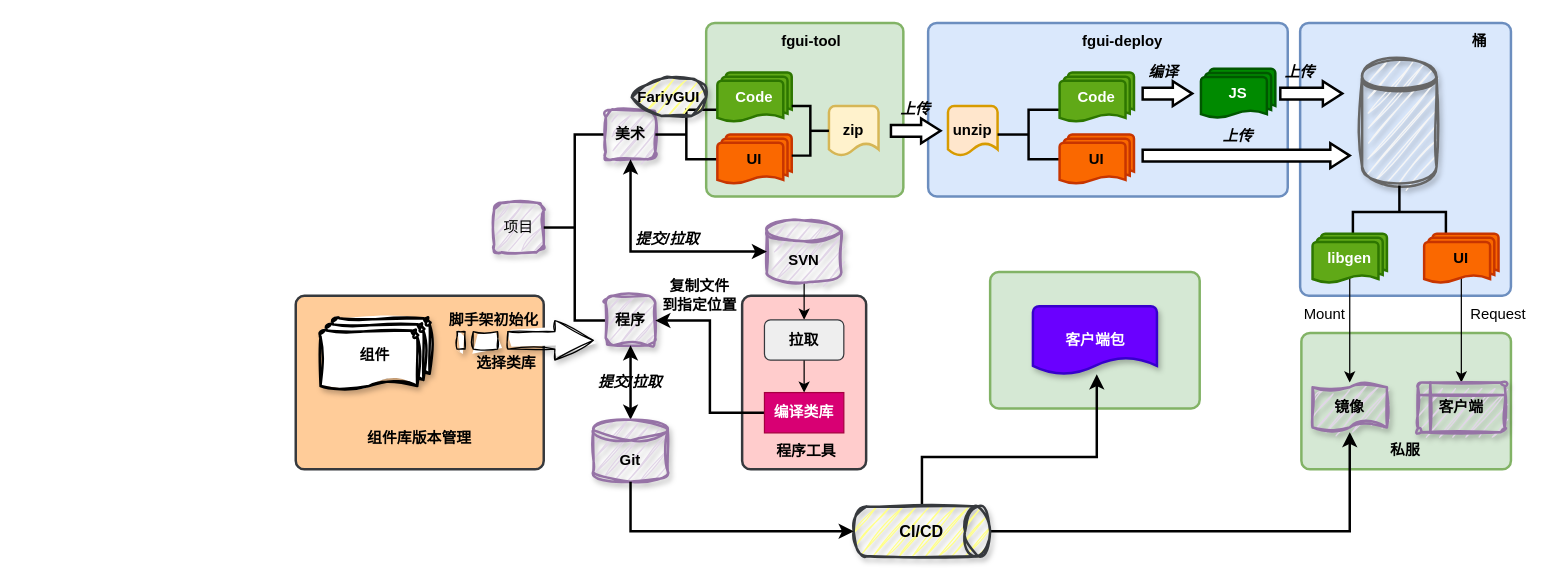
Earlier version of the draw.io diagram 未命名绘图.drawio (rgbwoo/draw-io). Source tidied: cells renumbered, new cells numbered last; positions are measured from the earlier drawing's top-left corner, leaving out a move shared by most shapes. Both pictures are drawn from the tidied source at 124%, with x=0, y=0 at pixel (295, 22).
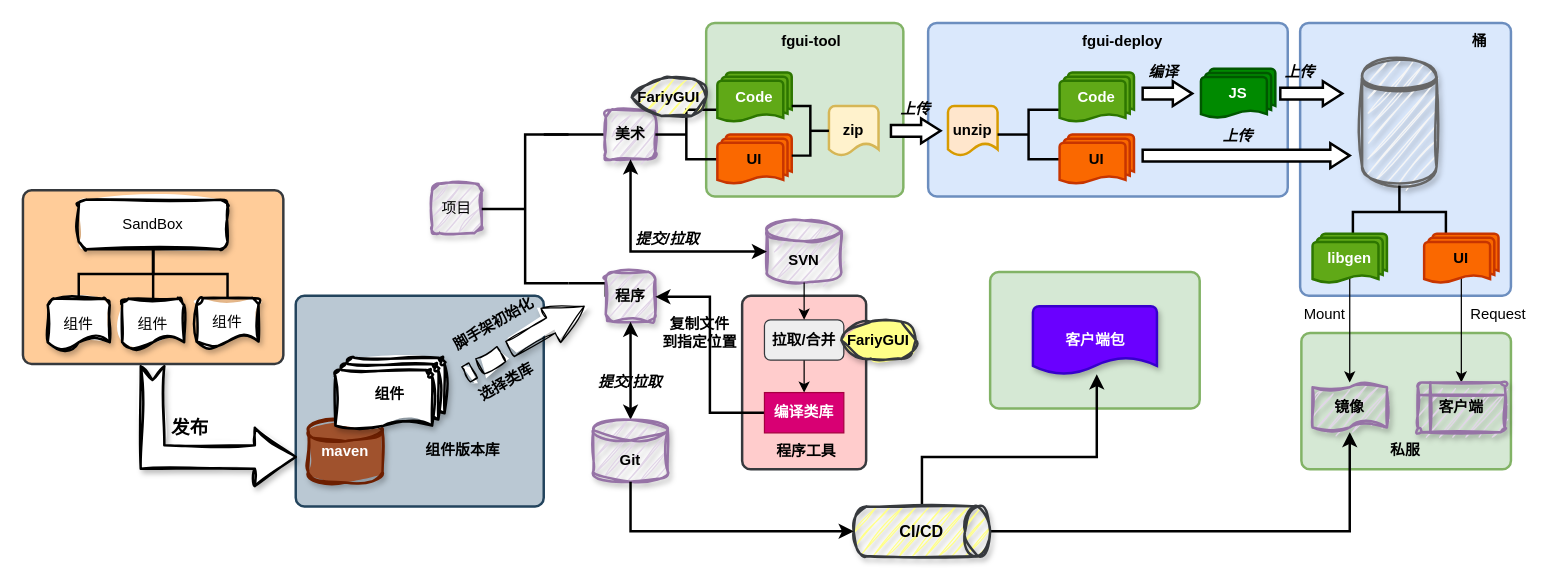
After the change.

Commit message:
增加sandbox组件发布

Unchanged cells that the change refers to:
```xml
<mxCell id="9" value="美术" style="rounded=1;whiteSpace=wrap;html=1;strokeWidth=2;fontStyle=1;sketch=1;curveFitting=1;jiggle=2;shadow=1;fillColor=#e1d5e7;strokeColor=#9673a6;" parent="1" vertex="1">
  <mxGeometry x="250" y="70" width="40" height="40" as="geometry" />
</mxCell>
<mxCell id="36" value="&lt;div&gt;&lt;br&gt;&lt;/div&gt;SVN" style="strokeWidth=2;html=1;shape=mxgraph.flowchart.database;whiteSpace=wrap;fontStyle=1;sketch=1;curveFitting=1;jiggle=2;shadow=1;fillColor=#e1d5e7;strokeColor=#9673a6;" parent="1" vertex="1">
  <mxGeometry x="380" y="159.4" width="60" height="50" as="geometry" />
</mxCell>
```

What changed in the source:
```diff
@@
     <mxCell id="7" value="项目" style="rounded=1;whiteSpace=wrap;html=1;strokeWidth=2;sketch=1;curveFitting=1;jiggle=2;shadow=1;glass=0;fillColor=#e1d5e7;strokeColor=#9673a6;" parent="1" vertex="1">
-      <mxGeometry x="160" y="145" width="40" height="40" as="geometry" />
+      <mxGeometry x="110" y="129.5" width="40" height="40" as="geometry" />
     </mxCell>
+    <mxCell id="69" style="edgeStyle=orthogonalEdgeStyle;rounded=0;jettySize=auto;html=1;exitX=1;exitY=0;exitDx=0;exitDy=0;exitPerimeter=0;entryX=0;entryY=0.5;entryDx=0;entryDy=0;strokeWidth=2;endArrow=none;endFill=0;" parent="1" edge="1" source="8" target="9">
+      <mxGeometry relative="1" as="geometry">
+        <Array as="points">
+          <mxPoint x="200" y="90" />
+          <mxPoint x="200" y="90" />
+        </Array>
+      </mxGeometry>
+    </mxCell>
+    <mxCell id="70" style="edgeStyle=orthogonalEdgeStyle;rounded=0;jettySize=auto;html=1;exitX=1;exitY=1;exitDx=0;exitDy=0;exitPerimeter=0;entryX=0;entryY=0.5;entryDx=0;entryDy=0;strokeWidth=2;endArrow=none;endFill=0;" parent="1" edge="1" source="8" target="10">
+      <mxGeometry relative="1" as="geometry">
+        <Array as="points">
+          <mxPoint x="250" y="210" />
+        </Array>
+      </mxGeometry>
+    </mxCell>
     <mxCell id="8" style="strokeWidth=2;html=1;shape=mxgraph.flowchart.annotation_2;align=left;labelPosition=right;" parent="1" vertex="1">
-      <mxGeometry x="200" y="90" width="50" height="150" as="geometry" />
+      <mxGeometry x="150" y="90" width="70" height="120" as="geometry" />
     </mxCell>
@@
     <mxCell id="10" value="程序" style="rounded=1;whiteSpace=wrap;html=1;strokeWidth=2;fontStyle=1;glass=0;sketch=1;curveFitting=1;jiggle=2;shadow=1;fillColor=#e1d5e7;strokeColor=#9673a6;" parent="1" vertex="1">
-      <mxGeometry x="250" y="220" width="40" height="40" as="geometry" />
+      <mxGeometry x="250" y="200.9" width="40" height="40" as="geometry" />
     </mxCell>
@@
-    <mxCell id="35" style="edgeStyle=orthogonalEdgeStyle;rounded=0;jettySize=auto;html=1;exitX=0.5;exitY=1;exitDx=0;exitDy=0;exitPerimeter=0;" parent="1" edge="1" source="36" target="48">
-      <mxGeometry relative="1" as="geometry" />
-    </mxCell>
@@
-    <mxCell id="48" value="拉取" style="rounded=1;whiteSpace=wrap;html=1;fontStyle=1;fillColor=#eeeeee;strokeColor=#36393d;" parent="1" vertex="1">
+    <mxCell id="48" value="拉取/合并" style="rounded=1;whiteSpace=wrap;html=1;fontStyle=1;fillColor=#eeeeee;strokeColor=#36393d;" parent="1" vertex="1">
       <mxGeometry x="378" y="239.4" width="64" height="32.5" as="geometry" />
     </mxCell>
@@
-    <mxCell id="51" style="rounded=1;whiteSpace=wrap;html=1;absoluteArcSize=1;arcSize=14;strokeWidth=2;labelBackgroundColor=none;fillColor=#ffcc99;strokeColor=#36393d;" parent="1" vertex="1">
-      <mxGeometry y="220" width="200" height="140" as="geometry" />
+    <mxCell id="51" style="rounded=1;whiteSpace=wrap;html=1;absoluteArcSize=1;arcSize=14;strokeWidth=2;labelBackgroundColor=none;fillColor=#bac8d3;strokeColor=#23445d;" parent="1" vertex="1">
+      <mxGeometry y="220" width="200" height="170" as="geometry" />
     </mxCell>
@@
-    <mxCell id="57" value="组件" style="strokeWidth=2;html=1;shape=mxgraph.flowchart.multi-document;whiteSpace=wrap;sketch=1;curveFitting=1;jiggle=2;shadow=1;fontStyle=1;" parent="1" vertex="1">
-      <mxGeometry x="20" y="238.1" width="88" height="60" as="geometry" />
-    </mxCell>
-    <mxCell id="58" value="组件库版本管理" style="text;strokeColor=none;align=center;fillColor=none;html=1;verticalAlign=middle;whiteSpace=wrap;rounded=0;fontStyle=1;" parent="1" vertex="1">
-      <mxGeometry x="55" y="320" width="90" height="30" as="geometry" />
+    <mxCell id="58" value="组件版本库" style="text;strokeColor=none;align=center;fillColor=none;html=1;verticalAlign=middle;whiteSpace=wrap;rounded=0;fontStyle=1;" parent="1" vertex="1">
+      <mxGeometry x="90" y="330" width="90" height="30" as="geometry" />
     </mxCell>
-    <mxCell id="59" style="html=1;shadow=1;dashed=0;align=center;verticalAlign=middle;shape=mxgraph.arrows2.stripedArrow;dy=0.56;dx=31;notch=41;sketch=1;curveFitting=1;jiggle=2;" parent="1" vertex="1">
+    <mxCell id="59" style="html=1;shadow=1;dashed=0;align=center;verticalAlign=middle;shape=mxgraph.arrows2.stripedArrow;dy=0.56;dx=31;notch=41;sketch=1;curveFitting=1;jiggle=2;rotation=-30;" parent="1" vertex="1">
       <mxGeometry x="130" y="240" width="110" height="31.9" as="geometry" />
     </mxCell>
-    <mxCell id="60" value="脚手架初始化" style="text;strokeColor=none;align=center;fillColor=none;html=1;verticalAlign=middle;whiteSpace=wrap;rounded=0;fontStyle=1;" parent="1" vertex="1">
-      <mxGeometry x="120" y="225" width="80" height="30" as="geometry" />
+    <mxCell id="60" value="脚手架初始化" style="text;strokeColor=none;align=center;fillColor=none;html=1;verticalAlign=middle;whiteSpace=wrap;rounded=0;fontStyle=1;rotation=-30;" parent="1" vertex="1">
+      <mxGeometry x="120" y="228.4" width="80" height="30" as="geometry" />
     </mxCell>
-    <mxCell id="61" value="选择类库" style="text;strokeColor=none;align=center;fillColor=none;html=1;verticalAlign=middle;whiteSpace=wrap;rounded=0;fontStyle=1;" parent="1" vertex="1">
-      <mxGeometry x="140" y="260" width="60" height="30" as="geometry" />
+    <mxCell id="61" value="选择类库" style="text;strokeColor=none;align=center;fillColor=none;html=1;verticalAlign=middle;whiteSpace=wrap;rounded=0;fontStyle=1;rotation=-30;" parent="1" vertex="1">
+      <mxGeometry x="140" y="275" width="60" height="30" as="geometry" />
     </mxCell>
@@
     <mxCell id="65" value="复制文件&lt;div&gt;到指定位置&lt;/div&gt;" style="text;strokeColor=none;align=center;fillColor=none;html=1;verticalAlign=middle;whiteSpace=wrap;rounded=0;fontStyle=1;" parent="1" vertex="1">
-      <mxGeometry x="291" y="205.1" width="70" height="30" as="geometry" />
+      <mxGeometry x="291" y="235.1" width="70" height="30" as="geometry" />
     </mxCell>
@@
+    <mxCell id="71" style="rounded=1;whiteSpace=wrap;html=1;absoluteArcSize=1;arcSize=14;strokeWidth=2;labelBackgroundColor=none;fillColor=#ffcc99;strokeColor=#36393d;" parent="1" vertex="1">
+      <mxGeometry x="-220" y="135" width="210" height="140" as="geometry" />
+    </mxCell>
+    <mxCell id="72" value="maven&lt;div&gt;&lt;/div&gt;&lt;div&gt;&lt;/div&gt;" style="strokeWidth=2;html=1;shape=mxgraph.flowchart.database;whiteSpace=wrap;fontStyle=1;horizontal=1;shadow=1;fillColor=#a0522d;strokeColor=#6D1F00;fontColor=#ffffff;sketch=1;curveFitting=1;jiggle=2;fillStyle=solid;" parent="1" vertex="1">
+      <mxGeometry x="10" y="320.6" width="60" height="50" as="geometry" />
+    </mxCell>
+    <mxCell id="57" value="组件" style="strokeWidth=2;html=1;shape=mxgraph.flowchart.multi-document;whiteSpace=wrap;sketch=1;curveFitting=1;jiggle=2;shadow=1;fontStyle=1;" parent="1" vertex="1">
+      <mxGeometry x="32" y="270" width="88" height="60" as="geometry" />
+    </mxCell>
+    <mxCell id="35" style="edgeStyle=orthogonalEdgeStyle;rounded=0;jettySize=auto;html=1;exitX=0.5;exitY=1;exitDx=0;exitDy=0;exitPerimeter=0;entryX=0.5;entryY=0;entryDx=0;entryDy=0;" parent="1" edge="1" source="36" target="48">
+      <mxGeometry relative="1" as="geometry" />
+    </mxCell>
+    <mxCell id="73" value="FariyGUI" style="strokeWidth=2;html=1;shape=mxgraph.flowchart.display;whiteSpace=wrap;sketch=1;curveFitting=1;jiggle=2;shadow=1;fillColor=#ffff88;strokeColor=#36393d;fontStyle=1;fillStyle=solid;" parent="1" vertex="1">
+      <mxGeometry x="440" y="240.9" width="60" height="30" as="geometry" />
+    </mxCell>
+    <mxCell id="74" value="组件" style="strokeWidth=2;html=1;shape=mxgraph.flowchart.document2;whiteSpace=wrap;size=0.25;sketch=1;curveFitting=1;jiggle=2;shadow=1;" parent="1" vertex="1">
+      <mxGeometry x="-200" y="222.5" width="50" height="40" as="geometry" />
+    </mxCell>
+    <mxCell id="75" value="组件" style="strokeWidth=2;html=1;shape=mxgraph.flowchart.document2;whiteSpace=wrap;size=0.25;sketch=1;curveFitting=1;jiggle=2;shadow=1;" parent="1" vertex="1">
+      <mxGeometry x="-140" y="222.5" width="50" height="40" as="geometry" />
+    </mxCell>
+    <mxCell id="76" value="组件" style="strokeWidth=2;html=1;shape=mxgraph.flowchart.document2;whiteSpace=wrap;size=0.25;sketch=1;curveFitting=1;jiggle=2;shadow=1;" parent="1" vertex="1">
+      <mxGeometry x="-80" y="221.9" width="50" height="40" as="geometry" />
+    </mxCell>
+    <mxCell id="77" value="SandBox" style="rounded=1;whiteSpace=wrap;html=1;strokeWidth=2;shadow=1;sketch=1;curveFitting=1;jiggle=2;glass=0;" parent="1" vertex="1">
+      <mxGeometry x="-175" y="142.5" width="120" height="40" as="geometry" />
+    </mxCell>
+    <mxCell id="78" style="edgeStyle=orthogonalEdgeStyle;rounded=0;jettySize=auto;html=1;exitX=0.5;exitY=1;exitDx=0;exitDy=0;entryX=0.5;entryY=0;entryDx=0;entryDy=0;entryPerimeter=0;endArrow=none;endFill=0;strokeWidth=2;" parent="1" edge="1" source="77" target="74">
+      <mxGeometry relative="1" as="geometry" />
+    </mxCell>
+    <mxCell id="79" style="edgeStyle=orthogonalEdgeStyle;rounded=0;jettySize=auto;html=1;exitX=0.5;exitY=1;exitDx=0;exitDy=0;entryX=0.5;entryY=0;entryDx=0;entryDy=0;entryPerimeter=0;endArrow=none;endFill=0;strokeWidth=2;" parent="1" edge="1" source="77" target="75">
+      <mxGeometry relative="1" as="geometry" />
+    </mxCell>
+    <mxCell id="80" style="edgeStyle=orthogonalEdgeStyle;rounded=0;jettySize=auto;html=1;exitX=0.5;exitY=1;exitDx=0;exitDy=0;entryX=0.5;entryY=0;entryDx=0;entryDy=0;entryPerimeter=0;endArrow=none;endFill=0;strokeWidth=2;" parent="1" edge="1" source="77" target="76">
+      <mxGeometry relative="1" as="geometry" />
+    </mxCell>
+    <mxCell id="81" style="html=1;shadow=1;dashed=0;align=center;verticalAlign=middle;shape=mxgraph.arrows2.bendArrow;dy=9.5;dx=33;notch=11;arrowHead=47;rounded=0;rotation=180;direction=east;flipV=0;flipH=1;sketch=1;curveFitting=1;jiggle=2;strokeWidth=2;" parent="1" vertex="1">
+      <mxGeometry x="-125" y="276.9" width="125" height="96.6" as="geometry" />
+    </mxCell>
+    <mxCell id="82" value="发布" style="text;strokeColor=none;align=center;fillColor=none;html=1;verticalAlign=middle;whiteSpace=wrap;rounded=0;fontStyle=1;fontSize=15;" parent="1" vertex="1">
+      <mxGeometry x="-115" y="310.9" width="60" height="30" as="geometry" />
+    </mxCell>
```
